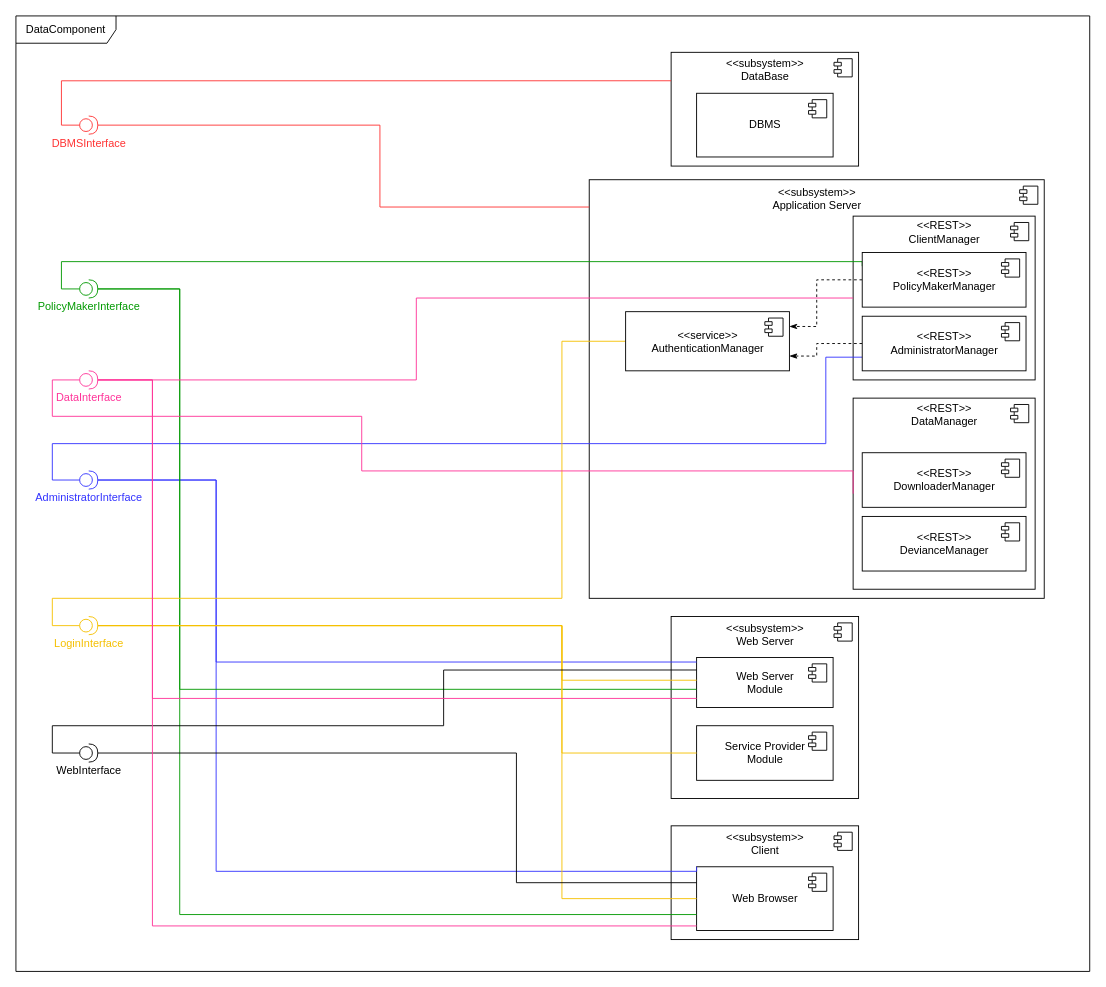
Earlier version of the draw.io diagram page "DataComponent" (2 of 2) of DD Diagrams/ComponentDiagram.drawio (matteovisotto/SE2-CecchettoSirianiVisotto). Source tidied: cells renumbered, new cells numbered last; positions are measured from the earlier drawing's top-left corner, leaving out a move shared by most shapes. Both pictures are drawn from the tidied source at 91%, with x=0, y=0 at pixel (15, 15).
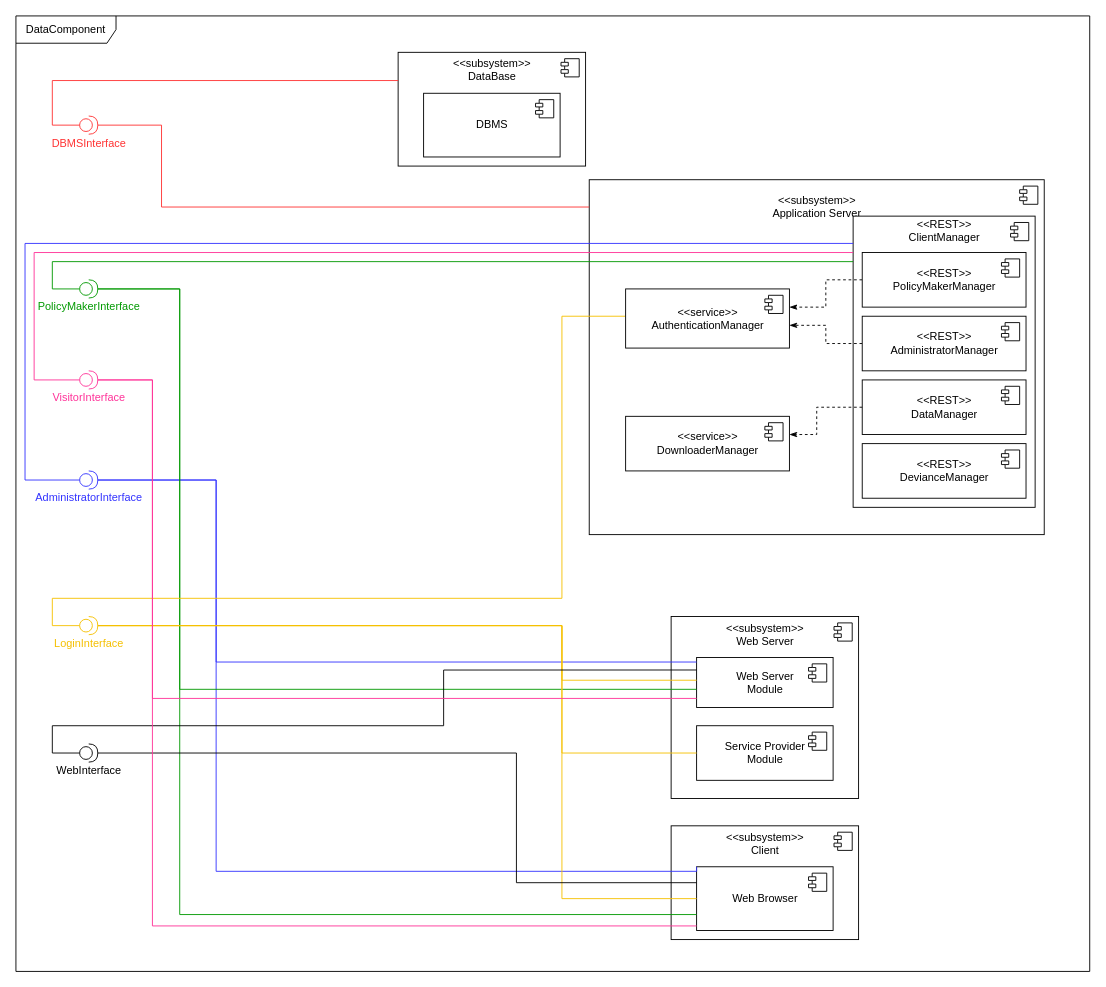
The same diagram, later.

Unchanged cells that the change refers to:
```xml
<mxCell id="20" value="&lt;font color=&quot;#ff3333&quot;&gt;DBMSInterface&lt;/font&gt;" style="shape=providedRequiredInterface;html=1;verticalLabelPosition=bottom;sketch=0;strokeColor=#FF3333;" parent="1" vertex="1">
  <mxGeometry x="70" y="110" width="20" height="20" as="geometry" />
</mxCell>
<mxCell id="22" value="&amp;lt;&amp;lt;subsystem&amp;gt;&amp;gt;&lt;br&gt;DataBase&lt;br&gt;&lt;br&gt;&lt;br&gt;&lt;br&gt;&lt;br&gt;&lt;br&gt;&lt;br&gt;" style="html=1;" parent="21" vertex="1">
  <mxGeometry width="206" height="125" as="geometry" />
</mxCell>
<mxCell id="29" value="&lt;font color=&quot;#3333ff&quot;&gt;AdministratorInterface&lt;/font&gt;" style="shape=providedRequiredInterface;html=1;verticalLabelPosition=bottom;sketch=0;strokeColor=#3333FF;" parent="1" vertex="1">
  <mxGeometry x="70" y="500" width="20" height="20" as="geometry" />
</mxCell>
<mxCell id="33" value="&lt;font color=&quot;#009900&quot;&gt;PolicyMakerInterface&lt;/font&gt;" style="shape=providedRequiredInterface;html=1;verticalLabelPosition=bottom;sketch=0;strokeColor=#009900;" parent="1" vertex="1">
  <mxGeometry x="70" y="290" width="20" height="20" as="geometry" />
</mxCell>
<mxCell id="37" value="&lt;font color=&quot;#f5c000&quot;&gt;LoginInterface&lt;/font&gt;" style="shape=providedRequiredInterface;html=1;verticalLabelPosition=bottom;sketch=0;strokeColor=#F5C000;" parent="1" vertex="1">
  <mxGeometry x="70" y="660" width="20" height="20" as="geometry" />
</mxCell>
<mxCell id="42" value="&amp;lt;&amp;lt;REST&amp;gt;&amp;gt;&lt;br&gt;PolicyMakerManager" style="html=1;" parent="1" vertex="1">
  <mxGeometry x="930" y="260" width="180" height="60" as="geometry" />
</mxCell>
<mxCell id="45" value="&amp;lt;&amp;lt;REST&amp;gt;&amp;gt;&lt;br&gt;AdministratorManager" style="html=1;" parent="1" vertex="1">
  <mxGeometry x="930" y="330" width="180" height="60" as="geometry" />
</mxCell>
```

Diff of the diagram source:
```diff
@@
-    <mxCell id="8" value="&amp;lt;&amp;lt;subsystem&amp;gt;&amp;gt;&lt;br&gt;Application Server&lt;br&gt;&lt;br&gt;&lt;br&gt;&lt;br&gt;&lt;br&gt;&lt;br&gt;&lt;br&gt;&lt;br&gt;&lt;br&gt;&lt;br&gt;&lt;br&gt;&lt;br&gt;&lt;br&gt;&lt;br&gt;&lt;br&gt;&lt;br&gt;&lt;br&gt;&lt;br&gt;&lt;br&gt;&lt;br&gt;&lt;br&gt;&lt;br&gt;&lt;br&gt;&lt;br&gt;&lt;br&gt;&lt;br&gt;&lt;br&gt;&lt;br&gt;&lt;br&gt;&lt;br&gt;" style="html=1;" parent="1" vertex="1">
-      <mxGeometry x="630" y="180" width="500" height="460" as="geometry" />
+    <mxCell id="8" value="&amp;lt;&amp;lt;subsystem&amp;gt;&amp;gt;&lt;br&gt;Application Server&lt;br&gt;&lt;br&gt;&lt;br&gt;&lt;br&gt;&lt;br&gt;&lt;br&gt;&lt;br&gt;&lt;br&gt;&lt;br&gt;&lt;br&gt;&lt;br&gt;&lt;br&gt;&lt;br&gt;&lt;br&gt;&lt;br&gt;&lt;br&gt;&lt;br&gt;&lt;br&gt;&lt;br&gt;&lt;br&gt;&lt;br&gt;&lt;br&gt;&lt;br&gt;&lt;br&gt;" style="html=1;" parent="1" vertex="1">
+      <mxGeometry x="630" y="180" width="500" height="390" as="geometry" />
     </mxCell>
@@
-    <mxCell id="10" value="&amp;lt;&amp;lt;REST&amp;gt;&amp;gt;&lt;br&gt;ClientManager&lt;br&gt;&lt;br&gt;&lt;br&gt;&lt;br&gt;&lt;br&gt;&lt;br&gt;&lt;br&gt;&lt;br&gt;&lt;br&gt;&lt;br&gt;&lt;br&gt;" style="html=1;" parent="1" vertex="1">
-      <mxGeometry x="920" y="220" width="200" height="180" as="geometry" />
+    <mxCell id="10" value="&amp;lt;&amp;lt;REST&amp;gt;&amp;gt;&lt;br&gt;ClientManager&lt;br&gt;&lt;br&gt;&lt;br&gt;&lt;br&gt;&lt;br&gt;&lt;br&gt;&lt;br&gt;&lt;br&gt;&lt;br&gt;&lt;br&gt;&lt;br&gt;&lt;br&gt;&lt;br&gt;&lt;br&gt;&lt;br&gt;&lt;br&gt;&lt;br&gt;&lt;br&gt;&lt;br&gt;&lt;br&gt;&lt;br&gt;" style="html=1;" parent="1" vertex="1">
+      <mxGeometry x="920" y="220" width="200" height="320" as="geometry" />
     </mxCell>
@@
     <mxCell id="19" style="edgeStyle=orthogonalEdgeStyle;rounded=0;jettySize=auto;html=1;exitX=1;exitY=0.5;exitDx=0;exitDy=0;exitPerimeter=0;endArrow=none;endFill=0;strokeColor=#FF3333;" parent="1" edge="1" source="20" target="8">
       <mxGeometry relative="1" as="geometry">
         <Array as="points">
-          <mxPoint x="400" y="120" />
-          <mxPoint x="400" y="210" />
+          <mxPoint x="160" y="120" />
+          <mxPoint x="160" y="210" />
         </Array>
       </mxGeometry>
     </mxCell>
@@
     <mxCell id="21" style="group;" parent="1" vertex="1">
-      <mxGeometry x="720" y="40" width="206" height="125" as="geometry" />
+      <mxGeometry x="420" y="40" width="206" height="125" as="geometry" />
     </mxCell>
@@
-    <mxCell id="26" style="edgeStyle=orthogonalEdgeStyle;rounded=0;jettySize=auto;html=1;exitX=0;exitY=0.5;exitDx=0;exitDy=0;exitPerimeter=0;entryX=0;entryY=0.75;entryDx=0;entryDy=0;endArrow=none;endFill=0;strokeColor=#3333FF;" parent="1" edge="1" source="29" target="45">
+    <mxCell id="26" style="edgeStyle=orthogonalEdgeStyle;rounded=0;jettySize=auto;html=1;exitX=0;exitY=0.5;exitDx=0;exitDy=0;exitPerimeter=0;endArrow=none;endFill=0;strokeColor=#3333FF;" parent="1" edge="1" source="29" target="10">
       <mxGeometry relative="1" as="geometry">
         <Array as="points">
-          <mxPoint x="40" y="510" />
-          <mxPoint x="40" y="470" />
-          <mxPoint x="890" y="470" />
-          <mxPoint x="890" y="375" />
+          <mxPoint x="10" y="510" />
+          <mxPoint x="10" y="250" />
         </Array>
       </mxGeometry>
     </mxCell>
@@
-    <mxCell id="30" style="edgeStyle=orthogonalEdgeStyle;rounded=0;jettySize=auto;html=1;exitX=0;exitY=0.5;exitDx=0;exitDy=0;exitPerimeter=0;entryX=0;entryY=0.25;entryDx=0;entryDy=0;endArrow=none;endFill=0;strokeColor=#009900;" parent="1" edge="1" source="33" target="42">
+    <mxCell id="30" style="edgeStyle=orthogonalEdgeStyle;rounded=0;jettySize=auto;html=1;exitX=0;exitY=0.5;exitDx=0;exitDy=0;exitPerimeter=0;endArrow=none;endFill=0;strokeColor=#009900;" parent="1" edge="1" source="33" target="10">
       <mxGeometry relative="1" as="geometry">
         <Array as="points">
-          <mxPoint x="50" y="300" />
-          <mxPoint x="50" y="270" />
-          <mxPoint x="930" y="270" />
+          <mxPoint x="40" y="300" />
+          <mxPoint x="40" y="270" />
         </Array>
       </mxGeometry>
     </mxCell>
@@
-    <mxCell id="41" style="edgeStyle=orthogonalEdgeStyle;rounded=0;jettySize=auto;html=1;exitX=0;exitY=0.5;exitDx=0;exitDy=0;entryX=1;entryY=0.25;entryDx=0;entryDy=0;endArrow=classicThin;endFill=1;dashed=1;" parent="1" edge="1" source="42" target="50">
+    <mxCell id="41" style="edgeStyle=orthogonalEdgeStyle;rounded=0;jettySize=auto;html=1;exitX=0;exitY=0.5;exitDx=0;exitDy=0;endArrow=classicThin;endFill=1;dashed=1;" parent="1" edge="1" source="42" target="50">
       <mxGeometry relative="1" as="geometry">
         <Array as="points">
-          <mxPoint x="880" y="290" />
-          <mxPoint x="880" y="341" />
+          <mxPoint x="890" y="290" />
+          <mxPoint x="890" y="320" />
         </Array>
       </mxGeometry>
     </mxCell>
@@
-    <mxCell id="44" style="edgeStyle=orthogonalEdgeStyle;rounded=0;jettySize=auto;html=1;exitX=0;exitY=0.5;exitDx=0;exitDy=0;entryX=1;entryY=0.75;entryDx=0;entryDy=0;dashed=1;endArrow=classicThin;endFill=1;" parent="1" edge="1" source="45" target="50">
+    <mxCell id="44" style="edgeStyle=orthogonalEdgeStyle;rounded=0;jettySize=auto;html=1;exitX=0;exitY=0.5;exitDx=0;exitDy=0;dashed=1;endArrow=classicThin;endFill=1;" parent="1" edge="1" source="45" target="50">
       <mxGeometry relative="1" as="geometry">
         <Array as="points">
-          <mxPoint x="880" y="360" />
-          <mxPoint x="880" y="374" />
+          <mxPoint x="890" y="360" />
+          <mxPoint x="890" y="340" />
         </Array>
       </mxGeometry>
     </mxCell>
@@
-    <mxCell id="47" value="&amp;lt;&amp;lt;REST&amp;gt;&amp;gt;&lt;br&gt;DataManager&lt;br&gt;&lt;br&gt;&lt;br&gt;&lt;br&gt;&lt;br&gt;&lt;br&gt;&lt;br&gt;&lt;br&gt;&lt;br&gt;&lt;br&gt;&lt;br&gt;&lt;br&gt;&lt;br&gt;" style="html=1;" parent="1" vertex="1">
-      <mxGeometry x="920" y="420" width="200" height="210" as="geometry" />
+    <mxCell id="47" value="&amp;lt;&amp;lt;REST&amp;gt;&amp;gt;&lt;br&gt;DataManager" style="html=1;" parent="1" vertex="1">
+      <mxGeometry x="930" y="400" width="180" height="60" as="geometry" />
     </mxCell>
@@
-    <mxCell id="49" style="edgeStyle=orthogonalEdgeStyle;rounded=0;jettySize=auto;html=1;exitX=0;exitY=0.5;exitDx=0;exitDy=0;entryX=0;entryY=0.5;entryDx=0;entryDy=0;entryPerimeter=0;endArrow=none;endFill=0;strokeColor=#F5C000;" parent="1" edge="1" source="50" target="37">
+    <mxCell id="49" style="edgeStyle=orthogonalEdgeStyle;rounded=0;jettySize=auto;html=1;entryX=0;entryY=0.5;entryDx=0;entryDy=0;entryPerimeter=0;endArrow=none;endFill=0;strokeColor=#F5C000;" parent="1" edge="1" source="50" target="37">
       <mxGeometry relative="1" as="geometry">
         <Array as="points">
-          <mxPoint x="600" y="358" />
+          <mxPoint x="600" y="330" />
           <mxPoint x="600" y="640" />
           <mxPoint x="40" y="640" />
           <mxPoint x="40" y="670" />
         </Array>
       </mxGeometry>
     </mxCell>
     <mxCell id="50" value="&amp;lt;&amp;lt;service&amp;gt;&amp;gt;&lt;br&gt;AuthenticationManager" style="html=1;" parent="1" vertex="1">
-      <mxGeometry x="670" y="325" width="180" height="65" as="geometry" />
+      <mxGeometry x="670" y="300" width="180" height="65" as="geometry" />
     </mxCell>
@@
-    <mxCell id="52" value="&amp;lt;&amp;lt;REST&amp;gt;&amp;gt;&lt;br&gt;DownloaderManager" style="html=1;" parent="1" vertex="1">
-      <mxGeometry x="930" y="480" width="180" height="60" as="geometry" />
+    <mxCell id="52" value="&amp;lt;&amp;lt;service&amp;gt;&amp;gt;&lt;br&gt;DownloaderManager" style="html=1;" parent="1" vertex="1">
+      <mxGeometry x="670" y="440" width="180" height="60" as="geometry" />
     </mxCell>
@@
     <mxCell id="54" value="&amp;lt;&amp;lt;REST&amp;gt;&amp;gt;&lt;br&gt;DevianceManager" style="html=1;" parent="1" vertex="1">
-      <mxGeometry x="930" y="550" width="180" height="60" as="geometry" />
+      <mxGeometry x="930" y="470" width="180" height="60" as="geometry" />
     </mxCell>
@@
-    <mxCell id="56" style="edgeStyle=orthogonalEdgeStyle;rounded=0;jettySize=auto;html=1;exitX=0;exitY=0.25;exitDx=0;exitDy=0;entryX=0;entryY=0.5;entryDx=0;entryDy=0;entryPerimeter=0;endArrow=none;endFill=0;strokeColor=#FF3333;" parent="1" edge="1" source="22" target="20">
-      <mxGeometry relative="1" as="geometry" />
+    <mxCell id="56" style="edgeStyle=orthogonalEdgeStyle;rounded=0;jettySize=auto;html=1;entryX=0;entryY=0.5;entryDx=0;entryDy=0;entryPerimeter=0;endArrow=none;endFill=0;strokeColor=#FF3333;" parent="1" edge="1" source="22" target="20">
+      <mxGeometry relative="1" as="geometry">
+        <Array as="points">
+          <mxPoint x="40" y="71" />
+          <mxPoint x="40" y="120" />
+        </Array>
+      </mxGeometry>
     </mxCell>
-    <mxCell id="57" style="edgeStyle=orthogonalEdgeStyle;rounded=0;jettySize=auto;html=1;exitX=0;exitY=0.5;exitDx=0;exitDy=0;exitPerimeter=0;entryX=0;entryY=0.5;entryDx=0;entryDy=0;endArrow=none;endFill=0;strokeColor=#FF3399;" parent="1" edge="1" source="59" target="47">
+    <mxCell id="57" style="edgeStyle=orthogonalEdgeStyle;rounded=0;jettySize=auto;html=1;exitX=0;exitY=0.5;exitDx=0;exitDy=0;exitPerimeter=0;endArrow=none;endFill=0;strokeColor=#FF3399;" parent="1" edge="1" source="59" target="10">
       <mxGeometry relative="1" as="geometry">
         <Array as="points">
-          <mxPoint x="40" y="400" />
-          <mxPoint x="40" y="440" />
-          <mxPoint x="380" y="440" />
-          <mxPoint x="380" y="500" />
-          <mxPoint x="920" y="500" />
+          <mxPoint x="20" y="400" />
+          <mxPoint x="20" y="260" />
         </Array>
       </mxGeometry>
     </mxCell>
-    <mxCell id="58" style="edgeStyle=orthogonalEdgeStyle;rounded=0;jettySize=auto;html=1;exitX=1;exitY=0.5;exitDx=0;exitDy=0;exitPerimeter=0;entryX=0;entryY=0.5;entryDx=0;entryDy=0;endArrow=none;endFill=0;strokeColor=#FF3399;" parent="1" edge="1" source="59" target="10">
-      <mxGeometry relative="1" as="geometry">
-        <Array as="points">
-          <mxPoint x="440" y="400" />
-          <mxPoint x="440" y="310" />
-        </Array>
-      </mxGeometry>
-    </mxCell>
-    <mxCell id="59" value="&lt;font color=&quot;#ff3399&quot;&gt;DataInterface&lt;/font&gt;" style="shape=providedRequiredInterface;html=1;verticalLabelPosition=bottom;sketch=0;strokeColor=#FF3399;" parent="1" vertex="1">
+    <mxCell id="59" value="&lt;font color=&quot;#ff3399&quot;&gt;VisitorInterface&lt;/font&gt;" style="shape=providedRequiredInterface;html=1;verticalLabelPosition=bottom;sketch=0;strokeColor=#FF3399;" parent="1" vertex="1">
       <mxGeometry x="70" y="390" width="20" height="20" as="geometry" />
     </mxCell>
@@
+    <mxCell id="62" style="edgeStyle=orthogonalEdgeStyle;rounded=0;jettySize=auto;html=1;dashed=1;endArrow=classicThin;endFill=1;" parent="1" edge="1" source="47" target="52">
+      <mxGeometry relative="1" as="geometry">
+        <Array as="points">
+          <mxPoint x="880" y="430" />
+          <mxPoint x="880" y="460" />
+        </Array>
+      </mxGeometry>
+    </mxCell>
```
